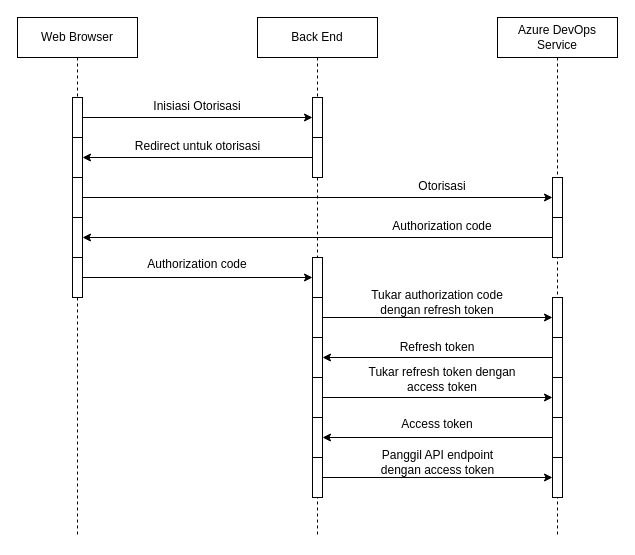
Above: design/oauth-sequence-diagram.drawio in gldnpz17/skripsi-app (draw.io), before the change. Source tidied: cells renumbered, new cells numbered last; positions are measured from the earlier drawing's top-left corner, leaving out a move shared by most shapes. Both pictures are drawn from the tidied source at 100%, with x=0, y=0 at pixel (17, 17).
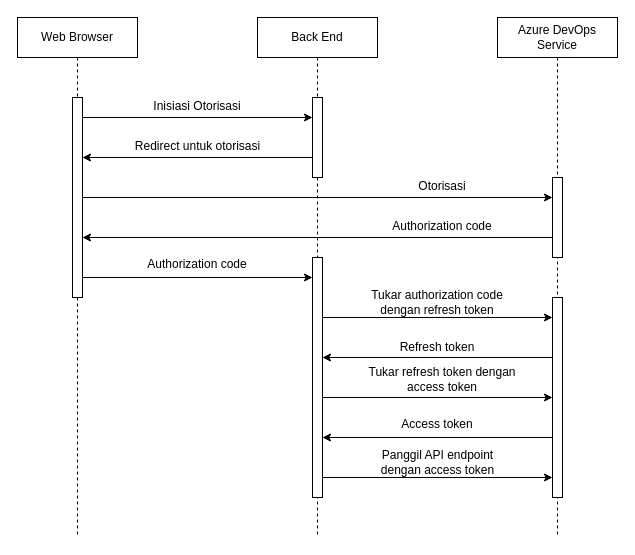
The same page after the edit.

Unchanged cells that the change refers to:
```xml
<mxCell id="2" value="Back End" style="shape=umlLifeline;perimeter=lifelinePerimeter;whiteSpace=wrap;html=1;" parent="1" vertex="1">
  <mxGeometry x="240" width="120" height="520" as="geometry" />
</mxCell>
<mxCell id="11" value="Web Browser" style="shape=umlLifeline;perimeter=lifelinePerimeter;whiteSpace=wrap;html=1;" parent="1" vertex="1">
  <mxGeometry width="120" height="520" as="geometry" />
</mxCell>
<mxCell id="17" value="Azure DevOps&lt;br&gt;Service" style="shape=umlLifeline;perimeter=lifelinePerimeter;whiteSpace=wrap;html=1;" parent="1" vertex="1">
  <mxGeometry x="480" width="120" height="520" as="geometry" />
</mxCell>
```

Diff of the diagram source:
```diff
@@
+    <mxCell id="45" style="rounded=0;whiteSpace=wrap;html=1;" parent="2" vertex="1">
+      <mxGeometry x="55" y="80" width="10" height="80" as="geometry" />
+    </mxCell>
+    <mxCell id="46" style="rounded=0;whiteSpace=wrap;html=1;" parent="2" vertex="1">
+      <mxGeometry x="55" y="240" width="10" height="240" as="geometry" />
+    </mxCell>
@@
+    <mxCell id="47" style="rounded=0;whiteSpace=wrap;html=1;" parent="11" vertex="1">
+      <mxGeometry x="55" y="80" width="10" height="200" as="geometry" />
+    </mxCell>
@@
+    <mxCell id="48" style="rounded=0;whiteSpace=wrap;html=1;" parent="17" vertex="1">
+      <mxGeometry x="55" y="280" width="10" height="200" as="geometry" />
+    </mxCell>
+    <mxCell id="49" style="rounded=0;whiteSpace=wrap;html=1;" parent="17" vertex="1">
+      <mxGeometry x="55" y="160" width="10" height="80" as="geometry" />
+    </mxCell>
```
